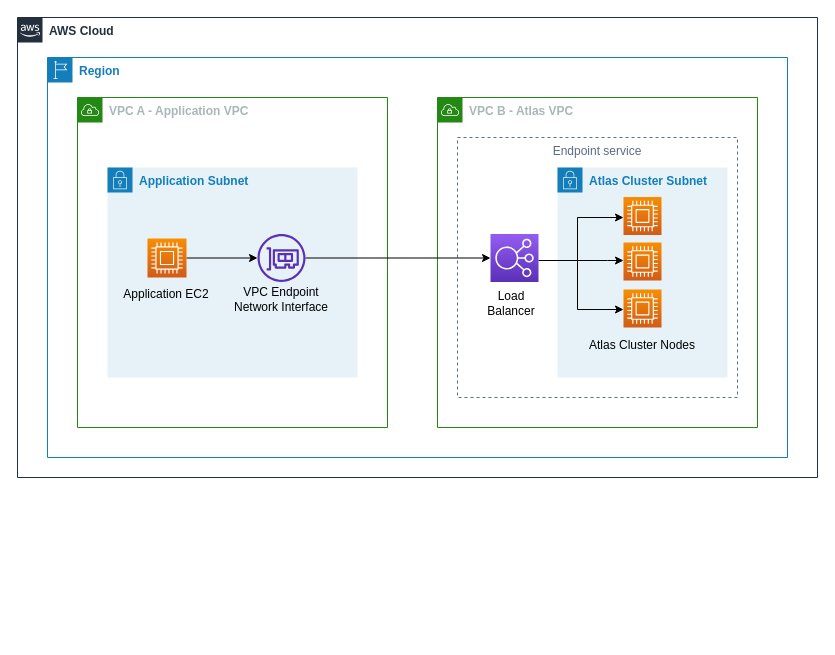
mongodb/docs keeps this draw.io diagram as source/images/originals/atlas-aws-privatelink.drawio. Above is the earlier version. Source tidied: cells renumbered, new cells numbered last; positions are measured from the earlier drawing's top-left corner, leaving out a move shared by most shapes. Both pictures are drawn from the tidied source at 100%, with x=0, y=0 at pixel (17, 17).
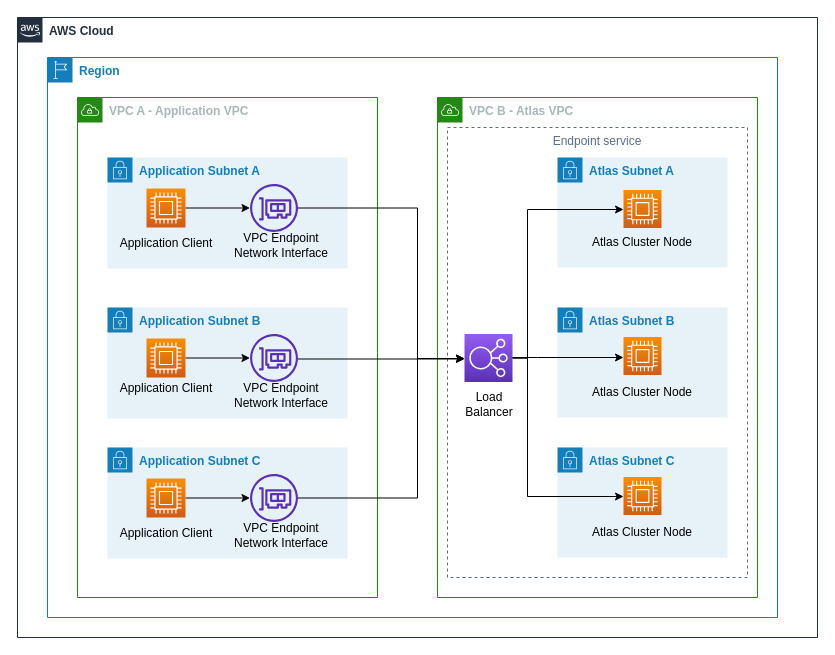
The same diagram, later.

Commit message (it also covers changes not shown here):
(DOCSP-8616): updating privatelink diagram based on feedback (#1318)

* (DOCSP-8616): updating privatelink diagram based on feedback

* (DOCSP-8616): fixing boundaries

Diff of the diagram source:
```diff
@@
     <mxCell id="2" value="&lt;font face=&quot;Akzidenz-Grotesk&quot;&gt;&lt;b&gt;AWS Cloud&lt;/b&gt;&lt;/font&gt;" style="gradientColor=none;html=1;whiteSpace=wrap;fontSize=12;fontStyle=0;shape=mxgraph.aws4.group;grIcon=mxgraph.aws4.group_aws_cloud_alt;strokeColor=#232F3E;fillColor=none;verticalAlign=top;align=left;spacingLeft=30;fontColor=#232F3E;dashed=0;" parent="1" vertex="1">
-      <mxGeometry width="800" height="460" as="geometry" />
+      <mxGeometry width="800" height="620" as="geometry" />
     </mxCell>
     <mxCell id="3" value="&lt;b&gt;Region&lt;/b&gt;" style="gradientColor=none;html=1;whiteSpace=wrap;fontSize=12;fontStyle=0;shape=mxgraph.aws4.group;grIcon=mxgraph.aws4.group_region;strokeColor=#147EBA;fillColor=none;verticalAlign=top;align=left;spacingLeft=30;fontColor=#147EBA;dashed=0;fontFamily=Akzidenz-Grotesk;FType=w;" parent="1" vertex="1">
-      <mxGeometry x="30" y="40" width="740" height="400" as="geometry" />
+      <mxGeometry x="30" y="40" width="730" height="560" as="geometry" />
     </mxCell>
     <mxCell id="4" value="&lt;b&gt;&lt;font face=&quot;Akzidenz-Grotesk&quot;&gt;VPC B - Atlas VPC&lt;/font&gt;&lt;/b&gt;" style="gradientColor=none;html=1;whiteSpace=wrap;fontSize=12;fontStyle=0;shape=mxgraph.aws4.group;grIcon=mxgraph.aws4.group_vpc;strokeColor=#248814;fillColor=none;verticalAlign=top;align=left;spacingLeft=30;fontColor=#AAB7B8;dashed=0;" parent="1" vertex="1">
-      <mxGeometry x="420" y="80" width="320" height="330" as="geometry" />
+      <mxGeometry x="420" y="80" width="320" height="500" as="geometry" />
     </mxCell>
     <mxCell id="5" value="Endpoint service" style="fillColor=none;strokeColor=#5A6C86;dashed=1;verticalAlign=top;fontStyle=0;fontColor=#5A6C86;fontFamily=Helvetica;FType=g;" parent="1" vertex="1">
-      <mxGeometry x="440" y="120" width="280" height="260" as="geometry" />
+      <mxGeometry x="430" y="110" width="300" height="450" as="geometry" />
     </mxCell>
     <mxCell id="6" value="&lt;b&gt;&lt;font face=&quot;Akzidenz-Grotesk&quot;&gt;VPC A - Application VPC&lt;/font&gt;&lt;/b&gt;" style="gradientColor=none;html=1;whiteSpace=wrap;fontSize=12;fontStyle=0;shape=mxgraph.aws4.group;grIcon=mxgraph.aws4.group_vpc;strokeColor=#248814;fillColor=none;verticalAlign=top;align=left;spacingLeft=30;fontColor=#AAB7B8;dashed=0;" parent="1" vertex="1">
-      <mxGeometry x="60" y="80" width="310" height="330" as="geometry" />
+      <mxGeometry x="60" y="80" width="300" height="500" as="geometry" />
     </mxCell>
-    <mxCell id="7" value="&lt;b&gt;&lt;font face=&quot;Akzidenz-Grotesk&quot;&gt;Application Subnet&lt;/font&gt;&lt;br&gt;&lt;/b&gt;" style="gradientColor=none;html=1;whiteSpace=wrap;fontSize=12;fontStyle=0;shape=mxgraph.aws4.group;grIcon=mxgraph.aws4.group_security_group;grStroke=0;strokeColor=#147EBA;fillColor=#E6F2F8;verticalAlign=top;align=left;spacingLeft=30;fontColor=#147EBA;dashed=0;" parent="1" vertex="1">
-      <mxGeometry x="90" y="150" width="250" height="210" as="geometry" />
+    <mxCell id="7" value="&lt;b&gt;&lt;font face=&quot;Akzidenz-Grotesk&quot;&gt;Application Subnet A&lt;/font&gt;&lt;br&gt;&lt;/b&gt;" style="gradientColor=none;html=1;whiteSpace=wrap;fontSize=12;fontStyle=0;shape=mxgraph.aws4.group;grIcon=mxgraph.aws4.group_security_group;grStroke=0;strokeColor=#147EBA;fillColor=#E6F2F8;verticalAlign=top;align=left;spacingLeft=30;fontColor=#147EBA;dashed=0;" parent="1" vertex="1">
+      <mxGeometry x="90" y="140" width="240" height="111" as="geometry" />
     </mxCell>
-    <mxCell id="8" value="&lt;b&gt;&lt;font face=&quot;Akzidenz-Grotesk&quot;&gt;Atlas Cluster Subnet&lt;/font&gt;&lt;/b&gt;" style="gradientColor=none;html=1;whiteSpace=wrap;fontSize=12;fontStyle=0;shape=mxgraph.aws4.group;grIcon=mxgraph.aws4.group_security_group;grStroke=0;strokeColor=#147EBA;fillColor=#E6F2F8;verticalAlign=top;align=left;spacingLeft=30;fontColor=#147EBA;dashed=0;" parent="1" vertex="1">
-      <mxGeometry x="540" y="150" width="170" height="210" as="geometry" />
+    <mxCell id="8" value="&lt;b&gt;&lt;font face=&quot;Akzidenz-Grotesk&quot;&gt;Atlas Subnet A&lt;/font&gt;&lt;/b&gt;" style="gradientColor=none;html=1;whiteSpace=wrap;fontSize=12;fontStyle=0;shape=mxgraph.aws4.group;grIcon=mxgraph.aws4.group_security_group;grStroke=0;strokeColor=#147EBA;fillColor=#E6F2F8;verticalAlign=top;align=left;spacingLeft=30;fontColor=#147EBA;dashed=0;" parent="1" vertex="1">
+      <mxGeometry x="540" y="140" width="170" height="110" as="geometry" />
     </mxCell>
@@
     <mxCell id="10" style="outlineConnect=0;fontColor=#232F3E;gradientColor=#F78E04;gradientDirection=north;fillColor=#D05C17;strokeColor=#ffffff;dashed=0;verticalLabelPosition=bottom;verticalAlign=top;align=center;html=1;fontSize=12;fontStyle=0;shape=mxgraph.aws4.resourceIcon;resIcon=mxgraph.aws4.compute;" parent="1" vertex="1">
-      <mxGeometry x="130" y="221" width="39" height="39" as="geometry" />
+      <mxGeometry x="129" y="171" width="39" height="39" as="geometry" />
     </mxCell>
     <mxCell id="11" style="edgeStyle=orthogonalEdgeStyle;rounded=0;jettySize=auto;html=1;" parent="1" edge="1" source="12" target="15">
-      <mxGeometry relative="1" as="geometry" />
+      <mxGeometry relative="1" as="geometry">
+        <Array as="points">
+          <mxPoint x="400" y="191" />
+          <mxPoint x="400" y="341" />
+        </Array>
+      </mxGeometry>
     </mxCell>
     <mxCell id="12" style="outlineConnect=0;fontColor=#232F3E;gradientColor=none;fillColor=#5A30B5;strokeColor=none;dashed=0;verticalLabelPosition=bottom;verticalAlign=top;align=center;html=1;fontSize=12;fontStyle=0;shape=mxgraph.aws4.elastic_network_interface;" parent="1" vertex="1">
-      <mxGeometry x="240" y="216.5" width="48" height="48" as="geometry" />
+      <mxGeometry x="232.5" y="166.5" width="48" height="48" as="geometry" />
     </mxCell>
-    <mxCell id="13" style="edgeStyle=orthogonalEdgeStyle;rounded=0;orthogonalLoop=1;jettySize=auto;html=1;" parent="1" edge="1">
-      <mxGeometry relative="1" as="geometry">
-        <mxPoint x="521" y="243" as="sourcePoint" />
-        <mxPoint x="606" y="200" as="targetPoint" />
-        <Array as="points">
-          <mxPoint x="560" y="243" />
-          <mxPoint x="560" y="200" />
-        </Array>
-      </mxGeometry>
-    </mxCell>
-    <mxCell id="14" style="edgeStyle=orthogonalEdgeStyle;rounded=0;orthogonalLoop=1;jettySize=auto;html=1;" parent="1" edge="1">
-      <mxGeometry relative="1" as="geometry">
-        <mxPoint x="560" y="243" as="sourcePoint" />
-        <mxPoint x="606" y="292" as="targetPoint" />
-        <Array as="points">
-          <mxPoint x="560" y="243" />
-          <mxPoint x="560" y="292" />
-        </Array>
-      </mxGeometry>
-    </mxCell>
+    <mxCell id="24" style="edgeStyle=orthogonalEdgeStyle;rounded=0;jettySize=auto;html=1;" parent="1" edge="1" source="15" target="16">
+      <mxGeometry relative="1" as="geometry">
+        <Array as="points">
+          <mxPoint x="510" y="341" />
+          <mxPoint x="510" y="192" />
+        </Array>
+      </mxGeometry>
+    </mxCell>
     <mxCell id="15" style="outlineConnect=0;fontColor=#232F3E;gradientColor=#945DF2;gradientDirection=north;fillColor=#5A30B5;strokeColor=#ffffff;dashed=0;verticalLabelPosition=bottom;verticalAlign=top;align=center;html=1;fontSize=12;fontStyle=0;shape=mxgraph.aws4.resourceIcon;resIcon=mxgraph.aws4.elastic_load_balancing;" parent="1" vertex="1">
-      <mxGeometry x="473" y="216.5" width="48" height="48" as="geometry" />
+      <mxGeometry x="447" y="316.5" width="48" height="48" as="geometry" />
     </mxCell>
     <mxCell id="16" style="outlineConnect=0;fontColor=#232F3E;gradientColor=#F78E04;gradientDirection=north;fillColor=#D05C17;strokeColor=#ffffff;dashed=0;verticalLabelPosition=bottom;verticalAlign=top;align=center;html=1;fontSize=12;fontStyle=0;shape=mxgraph.aws4.resourceIcon;resIcon=mxgraph.aws4.compute;" parent="1" vertex="1">
-      <mxGeometry x="606" y="179.5" width="38" height="38" as="geometry" />
+      <mxGeometry x="606" y="172.5" width="38" height="38" as="geometry" />
     </mxCell>
-    <mxCell id="17" style="fontColor=#232F3E;gradientColor=#F78E04;gradientDirection=north;fillColor=#D05C17;strokeColor=#ffffff;dashed=0;verticalLabelPosition=bottom;verticalAlign=top;align=center;html=1;fontSize=12;fontStyle=0;shape=mxgraph.aws4.resourceIcon;resIcon=mxgraph.aws4.compute;" parent="1" vertex="1">
-      <mxGeometry x="606" y="225" width="38" height="38" as="geometry" />
-    </mxCell>
-    <mxCell id="18" style="fontColor=#232F3E;gradientColor=#F78E04;gradientDirection=north;fillColor=#D05C17;strokeColor=#ffffff;dashed=0;verticalLabelPosition=bottom;verticalAlign=top;align=center;html=1;fontSize=12;fontStyle=0;shape=mxgraph.aws4.resourceIcon;resIcon=mxgraph.aws4.compute;" parent="1" vertex="1">
-      <mxGeometry x="606" y="272" width="38" height="38" as="geometry" />
-    </mxCell>
-    <mxCell id="19" value="&lt;font face=&quot;Akzidenz-Grotesk&quot;&gt;Atlas Cluster Nodes&lt;/font&gt;" style="text;html=1;strokeColor=none;fillColor=none;align=center;verticalAlign=middle;whiteSpace=wrap;rounded=0;" parent="1" vertex="1">
-      <mxGeometry x="560" y="313" width="130" height="30" as="geometry" />
+    <mxCell id="19" value="&lt;font face=&quot;Akzidenz-Grotesk&quot;&gt;Atlas Cluster Node&lt;/font&gt;" style="text;html=1;strokeColor=none;fillColor=none;align=center;verticalAlign=middle;whiteSpace=wrap;rounded=0;" parent="1" vertex="1">
+      <mxGeometry x="560" y="210" width="130" height="30" as="geometry" />
     </mxCell>
-    <mxCell id="20" value="&lt;font face=&quot;Akzidenz-Grotesk&quot;&gt;Application EC2&lt;/font&gt;" style="text;html=1;strokeColor=none;fillColor=none;align=center;verticalAlign=middle;whiteSpace=wrap;rounded=0;" parent="1" vertex="1">
-      <mxGeometry x="98.5" y="261.5" width="100" height="30" as="geometry" />
+    <mxCell id="20" value="&lt;font face=&quot;Akzidenz-Grotesk&quot;&gt;Application Client&lt;/font&gt;" style="text;html=1;strokeColor=none;fillColor=none;align=center;verticalAlign=middle;whiteSpace=wrap;rounded=0;" parent="1" vertex="1">
+      <mxGeometry x="98.5" y="211" width="100" height="30" as="geometry" />
     </mxCell>
     <mxCell id="21" value="&lt;font face=&quot;Akzidenz-Grotesk&quot;&gt;VPC Endpoint Network Interface&lt;/font&gt;" style="text;html=1;strokeColor=none;fillColor=none;align=center;verticalAlign=middle;whiteSpace=wrap;rounded=0;" parent="1" vertex="1">
-      <mxGeometry x="212" y="271.5" width="104" height="20" as="geometry" />
+      <mxGeometry x="212" y="217.5" width="104" height="20" as="geometry" />
     </mxCell>
     <mxCell id="22" value="&lt;font face=&quot;Akzidenz-Grotesk&quot;&gt;Load Balancer&lt;/font&gt;" style="text;html=1;strokeColor=none;fillColor=none;align=center;verticalAlign=middle;whiteSpace=wrap;rounded=0;" parent="1" vertex="1">
-      <mxGeometry x="467" y="274.8" width="54" height="23.2" as="geometry" />
+      <mxGeometry x="445" y="375.8" width="54" height="23.2" as="geometry" />
     </mxCell>
-    <mxCell id="23" style="edgeStyle=orthogonalEdgeStyle;rounded=0;orthogonalLoop=1;jettySize=auto;html=1;" parent="1" edge="1">
-      <mxGeometry relative="1" as="geometry">
-        <mxPoint x="560" y="243" as="sourcePoint" />
-        <mxPoint x="606" y="243" as="targetPoint" />
-        <Array as="points">
-          <mxPoint x="590" y="243" />
-          <mxPoint x="590" y="243" />
-        </Array>
-      </mxGeometry>
-    </mxCell>
+    <mxCell id="25" value="&lt;b&gt;&lt;font face=&quot;Akzidenz-Grotesk&quot;&gt;Application Subnet B&lt;/font&gt;&lt;br&gt;&lt;/b&gt;" style="gradientColor=none;html=1;whiteSpace=wrap;fontSize=12;fontStyle=0;shape=mxgraph.aws4.group;grIcon=mxgraph.aws4.group_security_group;grStroke=0;strokeColor=#147EBA;fillColor=#E6F2F8;verticalAlign=top;align=left;spacingLeft=30;fontColor=#147EBA;dashed=0;" parent="1" vertex="1">
+      <mxGeometry x="90" y="290" width="240" height="111" as="geometry" />
+    </mxCell>
+    <mxCell id="26" style="edgeStyle=orthogonalEdgeStyle;rounded=0;jettySize=auto;html=1;" parent="1" edge="1" source="27" target="29">
+      <mxGeometry relative="1" as="geometry" />
+    </mxCell>
+    <mxCell id="27" style="outlineConnect=0;fontColor=#232F3E;gradientColor=#F78E04;gradientDirection=north;fillColor=#D05C17;strokeColor=#ffffff;dashed=0;verticalLabelPosition=bottom;verticalAlign=top;align=center;html=1;fontSize=12;fontStyle=0;shape=mxgraph.aws4.resourceIcon;resIcon=mxgraph.aws4.compute;" parent="1" vertex="1">
+      <mxGeometry x="129" y="321" width="39" height="39" as="geometry" />
+    </mxCell>
+    <mxCell id="28" style="edgeStyle=orthogonalEdgeStyle;rounded=0;orthogonalLoop=1;jettySize=auto;html=1;" parent="1" edge="1">
+      <mxGeometry relative="1" as="geometry">
+        <mxPoint x="280.5" y="341.5" as="sourcePoint" />
+        <mxPoint x="447" y="341.5" as="targetPoint" />
+        <Array as="points">
+          <mxPoint x="410" y="342" />
+          <mxPoint x="410" y="342" />
+        </Array>
+      </mxGeometry>
+    </mxCell>
+    <mxCell id="29" style="outlineConnect=0;fontColor=#232F3E;gradientColor=none;fillColor=#5A30B5;strokeColor=none;dashed=0;verticalLabelPosition=bottom;verticalAlign=top;align=center;html=1;fontSize=12;fontStyle=0;shape=mxgraph.aws4.elastic_network_interface;" parent="1" vertex="1">
+      <mxGeometry x="232.5" y="316.5" width="48" height="48" as="geometry" />
+    </mxCell>
+    <mxCell id="30" value="&lt;font face=&quot;Akzidenz-Grotesk&quot;&gt;Application Client&lt;/font&gt;" style="text;html=1;strokeColor=none;fillColor=none;align=center;verticalAlign=middle;whiteSpace=wrap;rounded=0;" parent="1" vertex="1">
+      <mxGeometry x="98.5" y="356" width="100" height="30" as="geometry" />
+    </mxCell>
+    <mxCell id="31" value="&lt;font face=&quot;Akzidenz-Grotesk&quot;&gt;VPC Endpoint Network Interface&lt;/font&gt;" style="text;html=1;strokeColor=none;fillColor=none;align=center;verticalAlign=middle;whiteSpace=wrap;rounded=0;" parent="1" vertex="1">
+      <mxGeometry x="212" y="367.5" width="104" height="20" as="geometry" />
+    </mxCell>
+    <mxCell id="32" value="&lt;b&gt;&lt;font face=&quot;Akzidenz-Grotesk&quot;&gt;Application Subnet C&lt;/font&gt;&lt;br&gt;&lt;/b&gt;" style="gradientColor=none;html=1;whiteSpace=wrap;fontSize=12;fontStyle=0;shape=mxgraph.aws4.group;grIcon=mxgraph.aws4.group_security_group;grStroke=0;strokeColor=#147EBA;fillColor=#E6F2F8;verticalAlign=top;align=left;spacingLeft=30;fontColor=#147EBA;dashed=0;" parent="1" vertex="1">
+      <mxGeometry x="90" y="430" width="240" height="111" as="geometry" />
+    </mxCell>
+    <mxCell id="33" style="edgeStyle=orthogonalEdgeStyle;rounded=0;jettySize=auto;html=1;" parent="1" edge="1" source="34" target="36">
+      <mxGeometry relative="1" as="geometry" />
+    </mxCell>
+    <mxCell id="34" style="outlineConnect=0;fontColor=#232F3E;gradientColor=#F78E04;gradientDirection=north;fillColor=#D05C17;strokeColor=#ffffff;dashed=0;verticalLabelPosition=bottom;verticalAlign=top;align=center;html=1;fontSize=12;fontStyle=0;shape=mxgraph.aws4.resourceIcon;resIcon=mxgraph.aws4.compute;" parent="1" vertex="1">
+      <mxGeometry x="129" y="461" width="39" height="39" as="geometry" />
+    </mxCell>
+    <mxCell id="35" style="edgeStyle=orthogonalEdgeStyle;rounded=0;jettySize=auto;html=1;" parent="1" edge="1" source="36" target="15">
+      <mxGeometry relative="1" as="geometry">
+        <Array as="points">
+          <mxPoint x="400" y="481" />
+          <mxPoint x="400" y="341" />
+        </Array>
+      </mxGeometry>
+    </mxCell>
+    <mxCell id="36" style="outlineConnect=0;fontColor=#232F3E;gradientColor=none;fillColor=#5A30B5;strokeColor=none;dashed=0;verticalLabelPosition=bottom;verticalAlign=top;align=center;html=1;fontSize=12;fontStyle=0;shape=mxgraph.aws4.elastic_network_interface;" parent="1" vertex="1">
+      <mxGeometry x="232.5" y="456.5" width="48" height="48" as="geometry" />
+    </mxCell>
+    <mxCell id="37" value="&lt;font face=&quot;Akzidenz-Grotesk&quot;&gt;Application Client&lt;br&gt;&lt;/font&gt;" style="text;html=1;strokeColor=none;fillColor=none;align=center;verticalAlign=middle;whiteSpace=wrap;rounded=0;" parent="1" vertex="1">
+      <mxGeometry x="98.5" y="501" width="100" height="30" as="geometry" />
+    </mxCell>
+    <mxCell id="38" value="&lt;font face=&quot;Akzidenz-Grotesk&quot;&gt;VPC Endpoint Network Interface&lt;/font&gt;" style="text;html=1;strokeColor=none;fillColor=none;align=center;verticalAlign=middle;whiteSpace=wrap;rounded=0;" parent="1" vertex="1">
+      <mxGeometry x="212" y="507.5" width="104" height="20" as="geometry" />
+    </mxCell>
+    <mxCell id="39" value="&lt;b&gt;&lt;font face=&quot;Akzidenz-Grotesk&quot;&gt;Atlas Subnet B&lt;/font&gt;&lt;/b&gt;" style="gradientColor=none;html=1;whiteSpace=wrap;fontSize=12;fontStyle=0;shape=mxgraph.aws4.group;grIcon=mxgraph.aws4.group_security_group;grStroke=0;strokeColor=#147EBA;fillColor=#E6F2F8;verticalAlign=top;align=left;spacingLeft=30;fontColor=#147EBA;dashed=0;" parent="1" vertex="1">
+      <mxGeometry x="540" y="290" width="170" height="110" as="geometry" />
+    </mxCell>
+    <mxCell id="40" value="&lt;font face=&quot;Akzidenz-Grotesk&quot;&gt;Atlas Cluster Node&lt;/font&gt;" style="text;html=1;strokeColor=none;fillColor=none;align=center;verticalAlign=middle;whiteSpace=wrap;rounded=0;" parent="1" vertex="1">
+      <mxGeometry x="560" y="360" width="130" height="30" as="geometry" />
+    </mxCell>
+    <mxCell id="41" style="fontColor=#232F3E;gradientColor=#F78E04;gradientDirection=north;fillColor=#D05C17;strokeColor=#ffffff;dashed=0;verticalLabelPosition=bottom;verticalAlign=top;align=center;html=1;fontSize=12;fontStyle=0;shape=mxgraph.aws4.resourceIcon;resIcon=mxgraph.aws4.compute;" parent="1" vertex="1">
+      <mxGeometry x="606" y="319.5" width="38" height="38" as="geometry" />
+    </mxCell>
+    <mxCell id="42" value="&lt;b&gt;&lt;font face=&quot;Akzidenz-Grotesk&quot;&gt;Atlas Subnet C&lt;/font&gt;&lt;/b&gt;" style="gradientColor=none;html=1;whiteSpace=wrap;fontSize=12;fontStyle=0;shape=mxgraph.aws4.group;grIcon=mxgraph.aws4.group_security_group;grStroke=0;strokeColor=#147EBA;fillColor=#E6F2F8;verticalAlign=top;align=left;spacingLeft=30;fontColor=#147EBA;dashed=0;" parent="1" vertex="1">
+      <mxGeometry x="540" y="430" width="170" height="110" as="geometry" />
+    </mxCell>
+    <mxCell id="43" value="&lt;font face=&quot;Akzidenz-Grotesk&quot;&gt;Atlas Cluster Node&lt;/font&gt;" style="text;html=1;strokeColor=none;fillColor=none;align=center;verticalAlign=middle;whiteSpace=wrap;rounded=0;" parent="1" vertex="1">
+      <mxGeometry x="560" y="500" width="130" height="30" as="geometry" />
+    </mxCell>
+    <mxCell id="44" style="fontColor=#232F3E;gradientColor=#F78E04;gradientDirection=north;fillColor=#D05C17;strokeColor=#ffffff;dashed=0;verticalLabelPosition=bottom;verticalAlign=top;align=center;html=1;fontSize=12;fontStyle=0;shape=mxgraph.aws4.resourceIcon;resIcon=mxgraph.aws4.compute;" parent="1" vertex="1">
+      <mxGeometry x="606" y="459.5" width="38" height="38" as="geometry" />
+    </mxCell>
+    <mxCell id="45" style="edgeStyle=orthogonalEdgeStyle;rounded=0;orthogonalLoop=1;jettySize=auto;html=1;" parent="1" edge="1">
+      <mxGeometry relative="1" as="geometry">
+        <mxPoint x="495" y="340.5" as="sourcePoint" />
+        <mxPoint x="606" y="479" as="targetPoint" />
+        <Array as="points">
+          <mxPoint x="510" y="341" />
+          <mxPoint x="510" y="479" />
+        </Array>
+      </mxGeometry>
+    </mxCell>
+    <mxCell id="46" style="edgeStyle=orthogonalEdgeStyle;rounded=0;orthogonalLoop=1;jettySize=auto;html=1;" parent="1" edge="1">
+      <mxGeometry relative="1" as="geometry">
+        <mxPoint x="495" y="340" as="sourcePoint" />
+        <mxPoint x="606" y="340" as="targetPoint" />
+        <Array as="points">
+          <mxPoint x="520" y="340" />
+          <mxPoint x="520" y="340" />
+        </Array>
+      </mxGeometry>
+    </mxCell>
```
